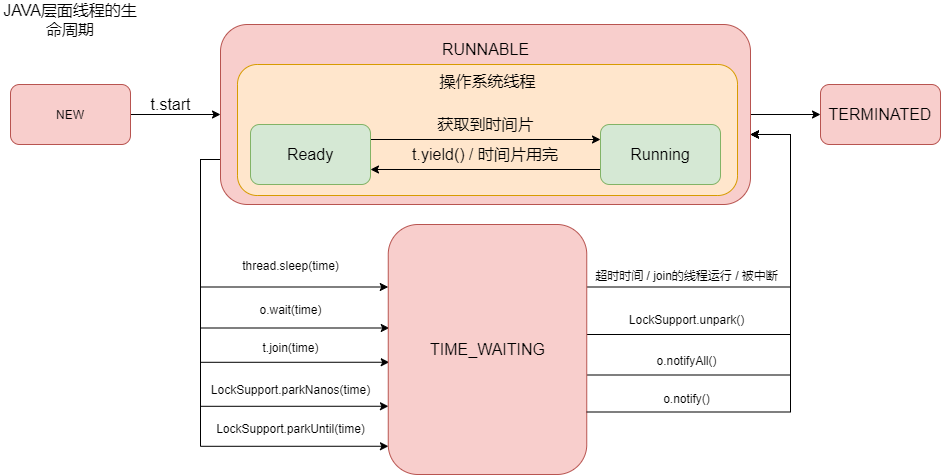
LePeitiPrince/note-picture keeps this draw.io diagram as 多线程与高并发/java_thread.png. Above is the earlier version. Source tidied: cells renumbered, new cells last; positions are measured from the earlier drawing's top-left corner, leaving out a move shared by most shapes.
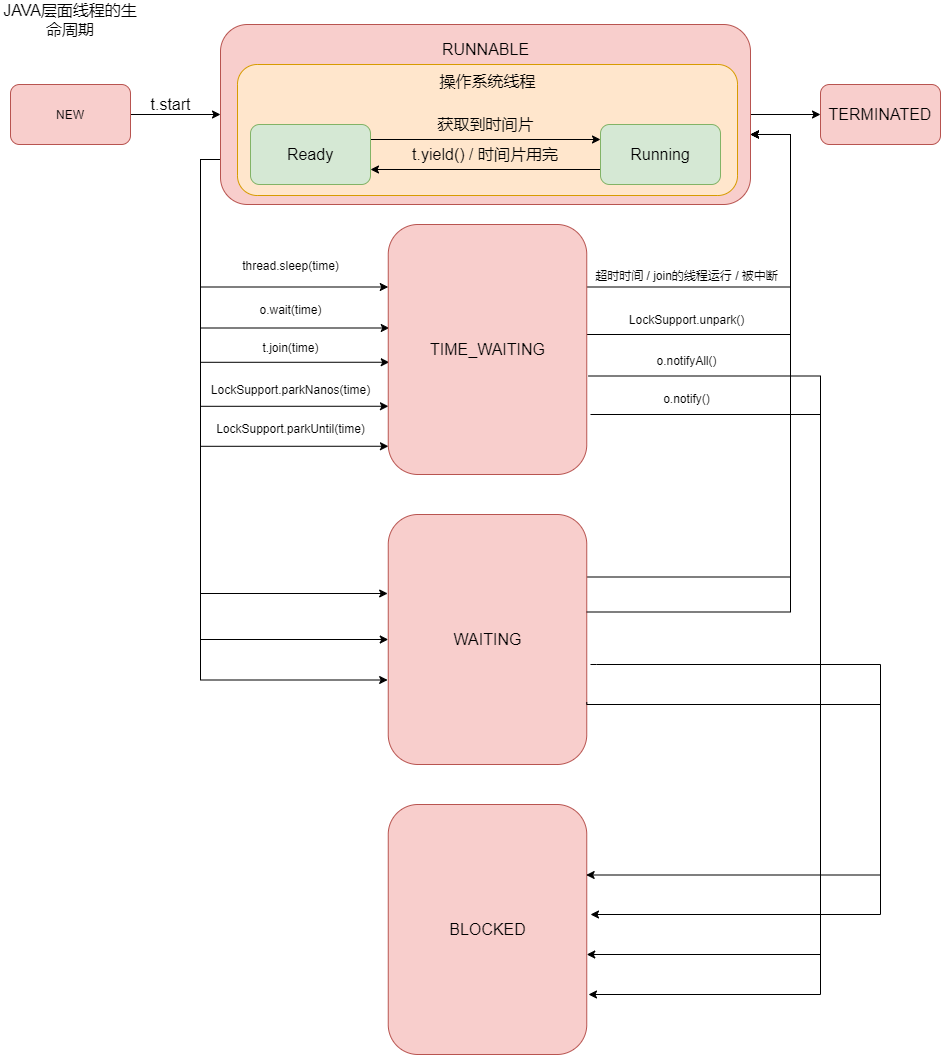
The same file after the commit.

The edit, as a diff of the source:
```diff
@@ -20,6 +20,15 @@
     <mxCell id="7" style="edgeStyle=orthogonalEdgeStyle;rounded=0;jettySize=auto;html=1;exitX=0;exitY=0.75;exitDx=0;exitDy=0;entryX=0.001;entryY=0.887;entryDx=0;entryDy=0;entryPerimeter=0;fontSize=16;" parent="1" edge="1" source="8" target="26">
       <mxGeometry relative="1" as="geometry" />
     </mxCell>
+    <mxCell id="37" style="edgeStyle=orthogonalEdgeStyle;rounded=0;jettySize=auto;html=1;exitX=0;exitY=0.75;exitDx=0;exitDy=0;entryX=-0.003;entryY=0.316;entryDx=0;entryDy=0;entryPerimeter=0;fontSize=12;" parent="1" edge="1" source="8" target="41">
+      <mxGeometry relative="1" as="geometry" />
+    </mxCell>
+    <mxCell id="38" style="edgeStyle=orthogonalEdgeStyle;rounded=0;jettySize=auto;html=1;exitX=0;exitY=0.75;exitDx=0;exitDy=0;entryX=0;entryY=0.5;entryDx=0;entryDy=0;fontSize=12;" parent="1" edge="1" source="8" target="41">
+      <mxGeometry relative="1" as="geometry" />
+    </mxCell>
+    <mxCell id="39" style="edgeStyle=orthogonalEdgeStyle;rounded=0;jettySize=auto;html=1;exitX=0;exitY=0.75;exitDx=0;exitDy=0;entryX=-0.003;entryY=0.662;entryDx=0;entryDy=0;entryPerimeter=0;fontSize=12;" parent="1" edge="1" source="8" target="41">
+      <mxGeometry relative="1" as="geometry" />
+    </mxCell>
     <mxCell id="8" style="rounded=1;whiteSpace=wrap;html=1;fontSize=16;fillColor=#f8cecc;strokeColor=#b85450;" parent="1" vertex="1">
       <mxGeometry x="220" y="20" width="530" height="180" as="geometry" />
     </mxCell>
@@ -86,15 +95,6 @@
         </Array>
       </mxGeometry>
     </mxCell>
-    <mxCell id="25" style="edgeStyle=orthogonalEdgeStyle;rounded=0;jettySize=auto;html=1;exitX=1.001;exitY=0.602;exitDx=0;exitDy=0;fontSize=12;exitPerimeter=0;" parent="1" edge="1" source="26">
-      <mxGeometry relative="1" as="geometry">
-        <mxPoint x="750" y="130" as="targetPoint" />
-        <Array as="points">
-          <mxPoint x="790" y="371" />
-          <mxPoint x="790" y="130" />
-        </Array>
-      </mxGeometry>
-    </mxCell>
     <mxCell id="26" value="TIME_WAITING" style="rounded=1;whiteSpace=wrap;html=1;fontSize=16;strokeColor=#b85450;fillColor=#f8cecc;" parent="1" vertex="1">
       <mxGeometry x="387.8" y="220" width="198.5" height="250" as="geometry" />
     </mxCell>
@@ -122,17 +122,71 @@
     <mxCell id="34" value="&lt;font style=&quot;font-size: 12px&quot;&gt;o.notifyAll()&lt;/font&gt;" style="text;html=1;align=center;verticalAlign=middle;strokeColor=none;fillColor=none;fontSize=16;" parent="1" vertex="1">
       <mxGeometry x="646.2" y="345" width="80" height="20" as="geometry" />
     </mxCell>
-    <mxCell id="35" style="edgeStyle=orthogonalEdgeStyle;rounded=0;jettySize=auto;html=1;exitX=1;exitY=0.75;exitDx=0;exitDy=0;fontSize=12;" parent="1" edge="1" source="26">
-      <mxGeometry relative="1" as="geometry">
-        <mxPoint x="750" y="130" as="targetPoint" />
-        <Array as="points">
-          <mxPoint x="790" y="408" />
-          <mxPoint x="790" y="130" />
-        </Array>
-      </mxGeometry>
-    </mxCell>
     <mxCell id="36" value="&lt;font style=&quot;font-size: 12px&quot;&gt;o.notify()&lt;/font&gt;" style="text;html=1;align=center;verticalAlign=middle;strokeColor=none;fillColor=none;fontSize=16;" parent="1" vertex="1">
       <mxGeometry x="656.2" y="383" width="60" height="20" as="geometry" />
     </mxCell>
+    <mxCell id="40" style="edgeStyle=orthogonalEdgeStyle;rounded=0;jettySize=auto;html=1;exitX=1;exitY=0.25;exitDx=0;exitDy=0;fontSize=12;" parent="1" edge="1" source="41">
+      <mxGeometry relative="1" as="geometry">
+        <mxPoint x="750" y="130" as="targetPoint" />
+        <Array as="points">
+          <mxPoint x="790" y="573" />
+          <mxPoint x="790" y="130" />
+        </Array>
+      </mxGeometry>
+    </mxCell>
+    <mxCell id="41" value="WAITING" style="rounded=1;whiteSpace=wrap;html=1;fontSize=16;strokeColor=#b85450;fillColor=#f8cecc;" parent="1" vertex="1">
+      <mxGeometry x="387.8" y="510" width="198.5" height="250" as="geometry" />
+    </mxCell>
+    <mxCell id="42" value="BLOCKED" style="rounded=1;whiteSpace=wrap;html=1;fontSize=16;strokeColor=#b85450;fillColor=#f8cecc;" parent="1" vertex="1">
+      <mxGeometry x="387.8" y="800" width="198.5" height="250" as="geometry" />
+    </mxCell>
+    <mxCell id="43" style="edgeStyle=orthogonalEdgeStyle;rounded=0;jettySize=auto;html=1;fontSize=12;exitX=1.009;exitY=0.606;exitDx=0;exitDy=0;exitPerimeter=0;" parent="1" edge="1" source="26">
+      <mxGeometry relative="1" as="geometry">
+        <mxPoint x="588" y="990" as="targetPoint" />
+        <Array as="points">
+          <mxPoint x="820" y="372" />
+          <mxPoint x="820" y="990" />
+        </Array>
+      </mxGeometry>
+    </mxCell>
+    <mxCell id="44" style="edgeStyle=orthogonalEdgeStyle;rounded=0;jettySize=auto;html=1;fontSize=12;" parent="1" edge="1" target="42">
+      <mxGeometry relative="1" as="geometry">
+        <mxPoint x="590" y="410" as="sourcePoint" />
+        <Array as="points">
+          <mxPoint x="820" y="410" />
+          <mxPoint x="820" y="950" />
+        </Array>
+      </mxGeometry>
+    </mxCell>
+    <mxCell id="45" style="edgeStyle=orthogonalEdgeStyle;rounded=0;orthogonalLoop=1;jettySize=auto;html=1;exitX=1;exitY=0.25;exitDx=0;exitDy=0;fontSize=12;" parent="1" edge="1">
+      <mxGeometry relative="1" as="geometry">
+        <mxPoint x="586.2" y="607.5" as="sourcePoint" />
+        <mxPoint x="750" y="130" as="targetPoint" />
+        <Array as="points">
+          <mxPoint x="790" y="608" />
+          <mxPoint x="790" y="130" />
+        </Array>
+      </mxGeometry>
+    </mxCell>
+    <mxCell id="46" style="edgeStyle=orthogonalEdgeStyle;rounded=0;orthogonalLoop=1;jettySize=auto;html=1;fontSize=12;" parent="1" edge="1">
+      <mxGeometry relative="1" as="geometry">
+        <mxPoint x="590" y="660" as="sourcePoint" />
+        <mxPoint x="590" y="910" as="targetPoint" />
+        <Array as="points">
+          <mxPoint x="596" y="660" />
+          <mxPoint x="880" y="660" />
+          <mxPoint x="880" y="910" />
+        </Array>
+      </mxGeometry>
+    </mxCell>
+    <mxCell id="47" style="edgeStyle=orthogonalEdgeStyle;rounded=0;jettySize=auto;html=1;fontSize=12;entryX=0.997;entryY=0.282;entryDx=0;entryDy=0;entryPerimeter=0;exitX=1;exitY=0.75;exitDx=0;exitDy=0;" parent="1" edge="1" source="41" target="42">
+      <mxGeometry relative="1" as="geometry">
+        <Array as="points">
+          <mxPoint x="586" y="700" />
+          <mxPoint x="880" y="700" />
+          <mxPoint x="880" y="871" />
+        </Array>
+      </mxGeometry>
+    </mxCell>
   </root>
 </mxGraphModel>
```
